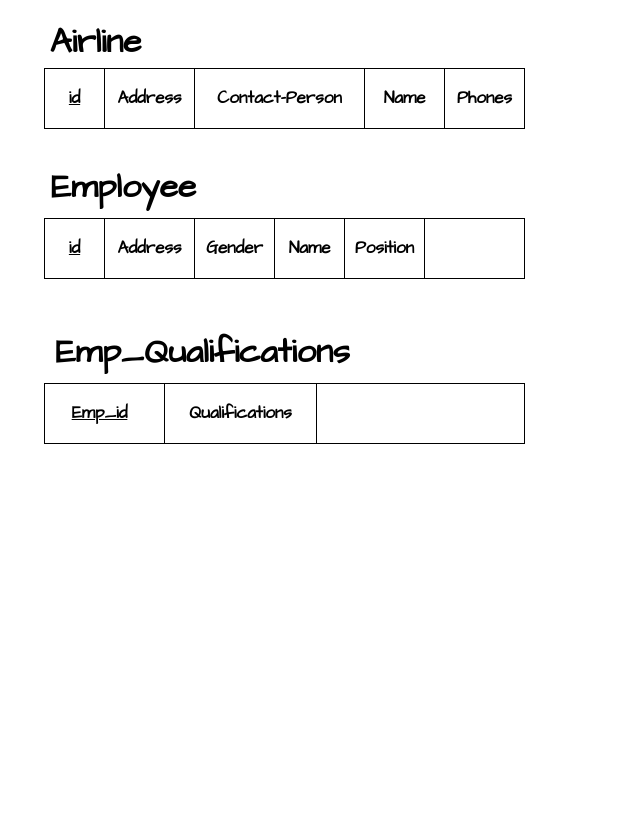
Earlier version of the draw.io diagram Mapping.drawio (you22ef/ERDs). Source tidied: cells renumbered, new cells numbered last; positions are measured from the earlier drawing's top-left corner, leaving out a move shared by most shapes. Both pictures are drawn from the tidied source at 100%, with x=0, y=0 at pixel (35, 17).
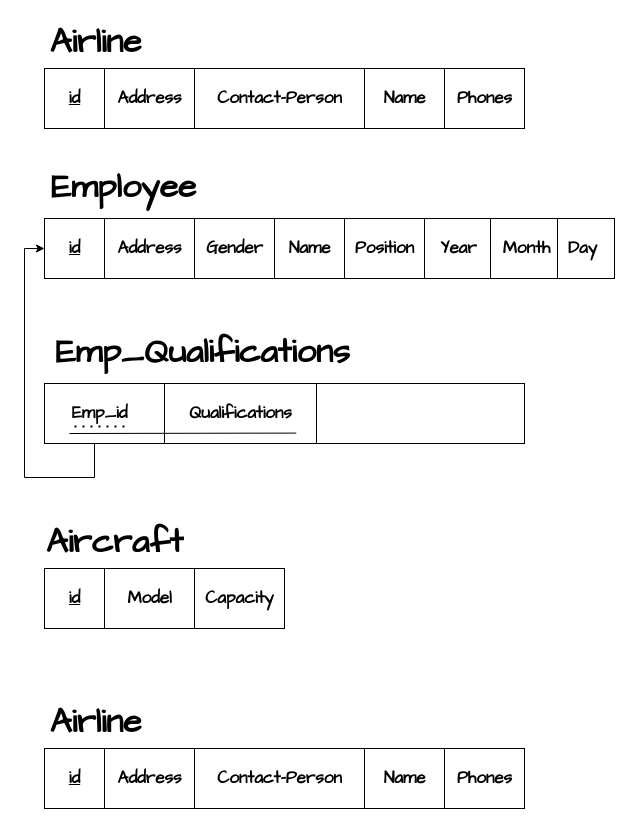
Above is the later version.

Unchanged cells that the change refers to:
```xml
<mxCell id="25" style="rounded=0;whiteSpace=wrap;html=1;" parent="1" vertex="1">
  <mxGeometry x="9" y="366" width="480" height="60" as="geometry" />
</mxCell>
```

Diff of the diagram source:
```diff
@@
     <mxCell id="13" style="rounded=0;whiteSpace=wrap;html=1;" parent="1" vertex="1">
-      <mxGeometry x="9" y="201" width="480" height="60" as="geometry" />
+      <mxGeometry x="9" y="201" width="570" height="60" as="geometry" />
     </mxCell>
@@
+    <mxCell id="31" style="edgeStyle=orthogonalEdgeStyle;rounded=0;jettySize=auto;html=1;exitX=0.25;exitY=1;exitDx=0;exitDy=0;entryX=0;entryY=0.5;entryDx=0;entryDy=0;" parent="1" edge="1" source="25" target="13">
+      <mxGeometry relative="1" as="geometry">
+        <Array as="points">
+          <mxPoint x="59" y="426" />
+          <mxPoint x="59" y="460" />
+          <mxPoint x="-11" y="460" />
+          <mxPoint x="-11" y="231" />
+        </Array>
+      </mxGeometry>
+    </mxCell>
@@
-    <mxCell id="28" value="&lt;font face=&quot;Architects Daughter&quot; style=&quot;font-size: 17px;&quot;&gt;&lt;b&gt;Emp_id&lt;/b&gt;&lt;/font&gt;" style="text;html=1;align=center;verticalAlign=middle;strokeColor=none;fillColor=none;fontStyle=4;" parent="1" vertex="1">
+    <mxCell id="28" value="&lt;font style=&quot;font-size: 17px;&quot; face=&quot;Architects Daughter&quot;&gt;&lt;b&gt;Emp_id&lt;/b&gt;&lt;/font&gt;" style="text;html=1;align=center;verticalAlign=middle;strokeColor=none;fillColor=none;fontStyle=0;" parent="1" vertex="1">
       <mxGeometry x="24" y="381" width="80" height="30" as="geometry" />
     </mxCell>
@@
+    <mxCell id="32" style="endArrow=none;dashed=1;html=1;dashPattern=1 3;strokeWidth=2;rounded=0;" parent="1" edge="1">
+      <mxGeometry relative="1" as="geometry">
+        <mxPoint x="39" y="409" as="sourcePoint" />
+        <mxPoint x="89" y="409" as="targetPoint" />
+      </mxGeometry>
+    </mxCell>
+    <mxCell id="33" style="endArrow=none;html=1;rounded=0;entryX=0.96;entryY=1.119;entryDx=0;entryDy=0;entryPerimeter=0;" parent="1" edge="1">
+      <mxGeometry relative="1" as="geometry">
+        <mxPoint x="34" y="416" as="sourcePoint" />
+        <mxPoint x="260.8" y="415.6" as="targetPoint" />
+      </mxGeometry>
+    </mxCell>
+    <mxCell id="34" value="&lt;font style=&quot;font-size: 17px;&quot; face=&quot;Architects Daughter&quot;&gt;&lt;b&gt;Year&lt;/b&gt;&lt;/font&gt;" style="text;html=1;align=center;verticalAlign=middle;strokeColor=none;fillColor=none;" parent="1" vertex="1">
+      <mxGeometry x="393" y="216" width="60" height="30" as="geometry" />
+    </mxCell>
+    <mxCell id="35" style="endArrow=none;html=1;rounded=0;" parent="1" edge="1">
+      <mxGeometry relative="1" as="geometry">
+        <mxPoint x="455" y="261" as="sourcePoint" />
+        <mxPoint x="455" y="201" as="targetPoint" />
+      </mxGeometry>
+    </mxCell>
+    <mxCell id="36" value="&lt;font style=&quot;font-size: 17px;&quot; face=&quot;Architects Daughter&quot;&gt;&lt;b&gt;Month&lt;/b&gt;&lt;/font&gt;" style="text;html=1;align=center;verticalAlign=middle;strokeColor=none;fillColor=none;" parent="1" vertex="1">
+      <mxGeometry x="456" y="216" width="70" height="30" as="geometry" />
+    </mxCell>
+    <mxCell id="37" style="endArrow=none;html=1;rounded=0;" parent="1" edge="1">
+      <mxGeometry relative="1" as="geometry">
+        <mxPoint x="522" y="261" as="sourcePoint" />
+        <mxPoint x="522" y="201" as="targetPoint" />
+      </mxGeometry>
+    </mxCell>
+    <mxCell id="38" value="&lt;font face=&quot;Architects Daughter&quot;&gt;&lt;span style=&quot;font-size: 17px;&quot;&gt;&lt;b&gt;Day&lt;/b&gt;&lt;/span&gt;&lt;/font&gt;" style="text;html=1;align=center;verticalAlign=middle;strokeColor=none;fillColor=none;" parent="1" vertex="1">
+      <mxGeometry x="522" y="216" width="50" height="30" as="geometry" />
+    </mxCell>
+    <mxCell id="39" style="rounded=0;whiteSpace=wrap;html=1;" parent="1" vertex="1">
+      <mxGeometry x="9" y="551" width="240" height="60" as="geometry" />
+    </mxCell>
+    <mxCell id="40" style="endArrow=none;html=1;rounded=0;" parent="1" edge="1">
+      <mxGeometry relative="1" as="geometry">
+        <mxPoint x="69" y="611" as="sourcePoint" />
+        <mxPoint x="69" y="551" as="targetPoint" />
+      </mxGeometry>
+    </mxCell>
+    <mxCell id="41" style="endArrow=none;html=1;rounded=0;" parent="1" edge="1">
+      <mxGeometry relative="1" as="geometry">
+        <mxPoint x="159" y="611" as="sourcePoint" />
+        <mxPoint x="159" y="551" as="targetPoint" />
+      </mxGeometry>
+    </mxCell>
+    <mxCell id="42" value="&lt;font style=&quot;font-size: 34px;&quot; face=&quot;Architects Daughter&quot;&gt;&lt;b&gt;Aircraft&lt;/b&gt;&lt;/font&gt;" style="text;html=1;align=center;verticalAlign=middle;strokeColor=none;fillColor=none;" parent="1" vertex="1">
+      <mxGeometry x="-1" y="500" width="160" height="50" as="geometry" />
+    </mxCell>
+    <mxCell id="43" value="&lt;font face=&quot;Architects Daughter&quot; style=&quot;font-size: 17px;&quot;&gt;&lt;b&gt;id&lt;/b&gt;&lt;/font&gt;" style="text;html=1;align=center;verticalAlign=middle;strokeColor=none;fillColor=none;fontStyle=4;" parent="1" vertex="1">
+      <mxGeometry x="24" y="566" width="30" height="30" as="geometry" />
+    </mxCell>
+    <mxCell id="44" value="&lt;font style=&quot;font-size: 17px;&quot; face=&quot;Architects Daughter&quot;&gt;&lt;b&gt;Model&lt;/b&gt;&lt;/font&gt;" style="text;html=1;align=center;verticalAlign=middle;strokeColor=none;fillColor=none;" parent="1" vertex="1">
+      <mxGeometry x="79" y="566" width="70" height="30" as="geometry" />
+    </mxCell>
+    <mxCell id="45" value="&lt;font style=&quot;font-size: 17px;&quot; face=&quot;Architects Daughter&quot;&gt;&lt;b&gt;Capacity&lt;/b&gt;&lt;/font&gt;" style="text;html=1;align=center;verticalAlign=middle;strokeColor=none;fillColor=none;" parent="1" vertex="1">
+      <mxGeometry x="159" y="566" width="90" height="30" as="geometry" />
+    </mxCell>
+    <mxCell id="46" style="rounded=0;whiteSpace=wrap;html=1;" parent="1" vertex="1">
+      <mxGeometry x="9" y="731" width="480" height="60" as="geometry" />
+    </mxCell>
+    <mxCell id="47" style="endArrow=none;html=1;rounded=0;" parent="1" edge="1">
+      <mxGeometry relative="1" as="geometry">
+        <mxPoint x="69" y="791" as="sourcePoint" />
+        <mxPoint x="69" y="731" as="targetPoint" />
+      </mxGeometry>
+    </mxCell>
+    <mxCell id="48" style="endArrow=none;html=1;rounded=0;" parent="1" edge="1">
+      <mxGeometry relative="1" as="geometry">
+        <mxPoint x="159" y="791" as="sourcePoint" />
+        <mxPoint x="159" y="731" as="targetPoint" />
+      </mxGeometry>
+    </mxCell>
+    <mxCell id="49" value="&lt;font style=&quot;font-size: 34px;&quot; face=&quot;Architects Daughter&quot;&gt;&lt;b&gt;Airline&lt;/b&gt;&lt;/font&gt;" style="text;html=1;align=center;verticalAlign=middle;strokeColor=none;fillColor=none;" parent="1" vertex="1">
+      <mxGeometry y="680" width="120" height="50" as="geometry" />
+    </mxCell>
+    <mxCell id="50" value="&lt;font face=&quot;Architects Daughter&quot; style=&quot;font-size: 17px;&quot;&gt;&lt;b&gt;id&lt;/b&gt;&lt;/font&gt;" style="text;html=1;align=center;verticalAlign=middle;strokeColor=none;fillColor=none;fontStyle=4;" parent="1" vertex="1">
+      <mxGeometry x="24" y="746" width="30" height="30" as="geometry" />
+    </mxCell>
+    <mxCell id="51" value="&lt;font style=&quot;font-size: 17px;&quot; face=&quot;Architects Daughter&quot;&gt;&lt;b&gt;Address&lt;/b&gt;&lt;/font&gt;" style="text;html=1;align=center;verticalAlign=middle;strokeColor=none;fillColor=none;" parent="1" vertex="1">
+      <mxGeometry x="69" y="746" width="90" height="30" as="geometry" />
+    </mxCell>
+    <mxCell id="52" style="endArrow=none;html=1;rounded=0;" parent="1" edge="1">
+      <mxGeometry relative="1" as="geometry">
+        <mxPoint x="329" y="791" as="sourcePoint" />
+        <mxPoint x="329" y="731" as="targetPoint" />
+      </mxGeometry>
+    </mxCell>
+    <mxCell id="53" style="endArrow=none;html=1;rounded=0;" parent="1" edge="1">
+      <mxGeometry relative="1" as="geometry">
+        <mxPoint x="409" y="791" as="sourcePoint" />
+        <mxPoint x="409" y="731" as="targetPoint" />
+      </mxGeometry>
+    </mxCell>
+    <mxCell id="54" value="&lt;font style=&quot;font-size: 17px;&quot; face=&quot;Architects Daughter&quot;&gt;&lt;b&gt;Contact-Person&lt;/b&gt;&lt;/font&gt;" style="text;html=1;align=center;verticalAlign=middle;strokeColor=none;fillColor=none;" parent="1" vertex="1">
+      <mxGeometry x="169" y="746" width="150" height="30" as="geometry" />
+    </mxCell>
+    <mxCell id="55" value="&lt;font style=&quot;font-size: 17px;&quot; face=&quot;Architects Daughter&quot;&gt;&lt;b&gt;Name&lt;/b&gt;&lt;/font&gt;" style="text;html=1;align=center;verticalAlign=middle;strokeColor=none;fillColor=none;" parent="1" vertex="1">
+      <mxGeometry x="334" y="746" width="70" height="30" as="geometry" />
+    </mxCell>
+    <mxCell id="56" value="&lt;font style=&quot;font-size: 17px;&quot; face=&quot;Architects Daughter&quot;&gt;&lt;b&gt;Phones&lt;/b&gt;&lt;/font&gt;" style="text;html=1;align=center;verticalAlign=middle;strokeColor=none;fillColor=none;" parent="1" vertex="1">
+      <mxGeometry x="409" y="746" width="80" height="30" as="geometry" />
+    </mxCell>
```
